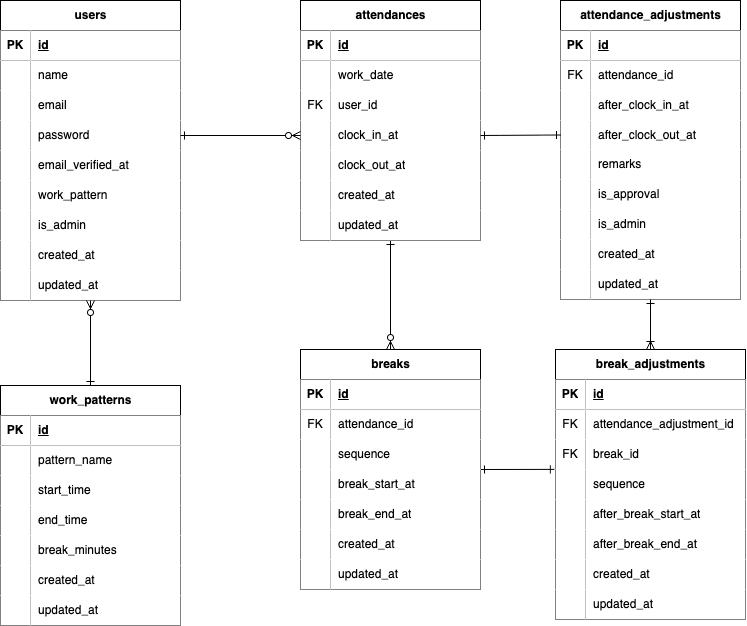
Above: image/ER図.png in Takeshi410/Attendance-Management (draw.io), before the change. Source tidied: cells renumbered, new cells last; positions are measured from the earlier drawing's top-left corner, leaving out a move shared by most shapes.
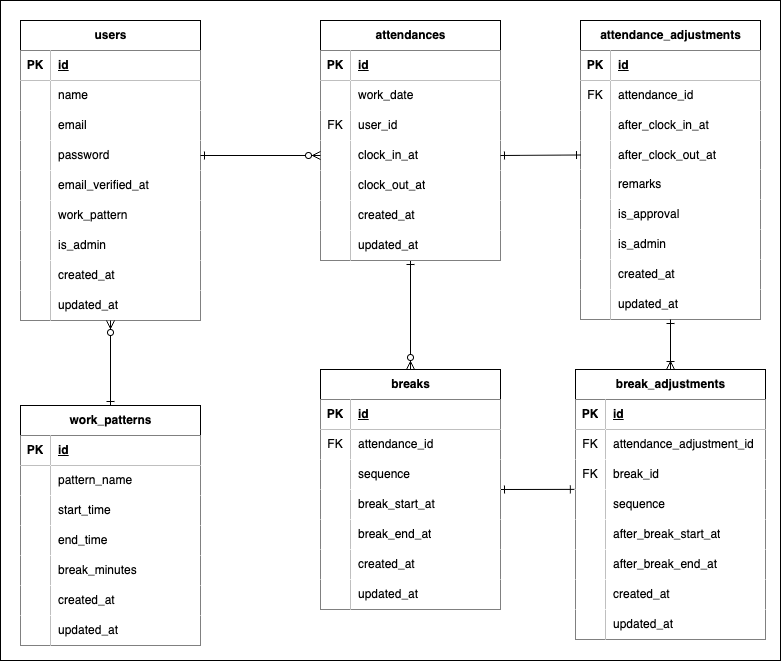
After the commit.

Change to the diagram source:
```diff
@@ -2,6 +2,9 @@
   <root>
     <mxCell id="0" />
     <mxCell id="1" parent="0" />
+    <mxCell id="155" style="rounded=0;whiteSpace=wrap;html=1;" parent="1" vertex="1">
+      <mxGeometry x="-20" y="-20" width="780" height="660" as="geometry" />
+    </mxCell>
     <mxCell id="2" value="users" style="shape=table;startSize=30;rowLines=0;fontStyle=1;align=center;html=1;" parent="1" vertex="1">
       <mxGeometry width="180" height="300" as="geometry" />
     </mxCell>
```
